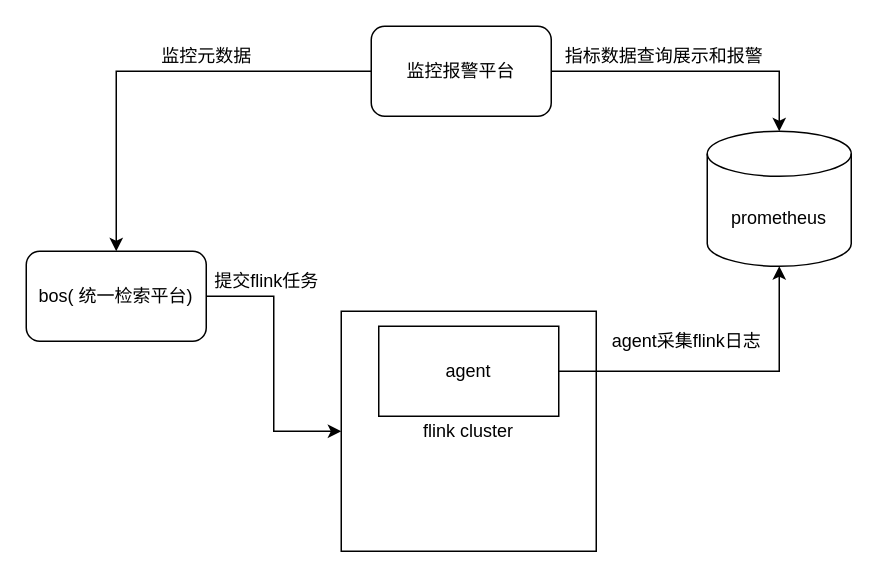
yindongjun/drawio-3 keeps this draw.io diagram as bos监控链路数据.drawio. Above is the earlier version. Source tidied: cells renumbered, new cells numbered last; positions are measured from the earlier drawing's top-left corner, leaving out a move shared by most shapes. Both pictures are drawn from the tidied source at 150%, with x=0, y=0 at pixel (26, 26).
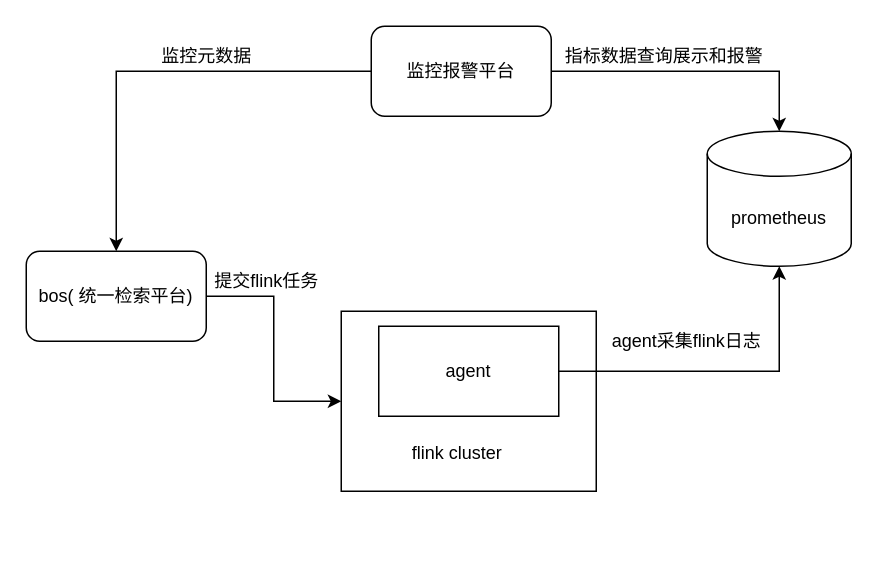
The same diagram, later.

Commit message (it also covers changes not shown here):
Update bos监控链路数据.drawio

The edit, as a diff of the source:
```diff
@@
 <mxGraphModel>
   <root>
     <mxCell id="0" />
     <mxCell id="1" parent="0" />
-    <mxCell id="2" value="flink cluster" style="rounded=0;whiteSpace=wrap;html=1;" parent="1" vertex="1">
-      <mxGeometry x="210" y="190" width="170" height="160" as="geometry" />
+    <mxCell id="2" style="rounded=0;whiteSpace=wrap;html=1;" parent="1" vertex="1">
+      <mxGeometry x="210" y="190" width="170" height="120" as="geometry" />
     </mxCell>
     <mxCell id="3" value="prometheus" style="shape=cylinder3;whiteSpace=wrap;html=1;boundedLbl=1;backgroundOutline=1;size=15;" parent="1" vertex="1">
       <mxGeometry x="454" y="70" width="96" height="90" as="geometry" />
     </mxCell>
     <mxCell id="4" style="edgeStyle=orthogonalEdgeStyle;rounded=0;jettySize=auto;html=1;entryX=0.5;entryY=0;entryDx=0;entryDy=0;entryPerimeter=0;" parent="1" edge="1" source="6" target="3">
       <mxGeometry relative="1" as="geometry" />
     </mxCell>
     <mxCell id="5" style="edgeStyle=orthogonalEdgeStyle;rounded=0;jettySize=auto;html=1;entryX=0.5;entryY=0;entryDx=0;entryDy=0;" parent="1" edge="1" source="6" target="10">
       <mxGeometry relative="1" as="geometry" />
     </mxCell>
     <mxCell id="6" value="监控报警平台" style="rounded=1;whiteSpace=wrap;html=1;" parent="1" vertex="1">
       <mxGeometry x="230" width="120" height="60" as="geometry" />
     </mxCell>
     <mxCell id="7" style="edgeStyle=orthogonalEdgeStyle;rounded=0;jettySize=auto;html=1;" parent="1" edge="1" source="8" target="3">
       <mxGeometry relative="1" as="geometry" />
     </mxCell>
     <mxCell id="8" value="agent" style="rounded=0;whiteSpace=wrap;html=1;" parent="1" vertex="1">
       <mxGeometry x="235" y="200" width="120" height="60" as="geometry" />
     </mxCell>
     <mxCell id="9" style="edgeStyle=orthogonalEdgeStyle;rounded=0;jettySize=auto;html=1;entryX=0;entryY=0.5;entryDx=0;entryDy=0;" parent="1" edge="1" source="10" target="2">
       <mxGeometry relative="1" as="geometry" />
     </mxCell>
     <mxCell id="10" value="bos( 统一检索平台)" style="rounded=1;whiteSpace=wrap;html=1;" parent="1" vertex="1">
       <mxGeometry y="150" width="120" height="60" as="geometry" />
     </mxCell>
     <mxCell id="11" value="提交flink任务" style="text;html=1;align=center;verticalAlign=middle;strokeColor=none;fillColor=none;" parent="1" vertex="1">
       <mxGeometry x="120" y="160" width="80" height="20" as="geometry" />
     </mxCell>
     <mxCell id="12" value="agent采集flink日志" style="text;html=1;align=center;verticalAlign=middle;strokeColor=none;fillColor=none;" parent="1" vertex="1">
       <mxGeometry x="385" y="200" width="110" height="20" as="geometry" />
     </mxCell>
     <mxCell id="13" value="指标数据查询展示和报警" style="text;html=1;align=center;verticalAlign=middle;strokeColor=none;fillColor=none;" parent="1" vertex="1">
       <mxGeometry x="350" y="10" width="150" height="20" as="geometry" />
     </mxCell>
     <mxCell id="14" value="监控元数据" style="text;html=1;align=center;verticalAlign=middle;strokeColor=none;fillColor=none;" parent="1" vertex="1">
       <mxGeometry x="80" y="10" width="80" height="20" as="geometry" />
     </mxCell>
+    <mxCell id="15" value="flink cluster" style="text;html=1;strokeColor=none;fillColor=none;align=center;verticalAlign=middle;whiteSpace=wrap;rounded=0;" parent="1" vertex="1">
+      <mxGeometry x="250" y="270" width="75" height="30" as="geometry" />
+    </mxCell>
   </root>
 </mxGraphModel>
```
